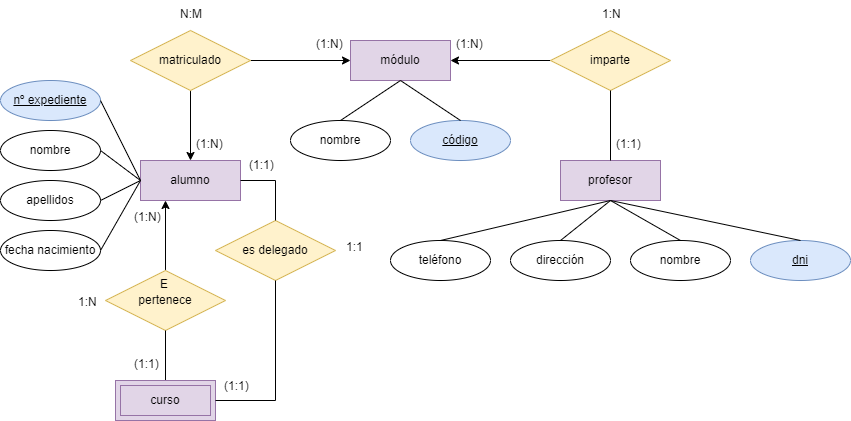
Above: tareasER/tarea5.png in javigh193/bae (draw.io), before the change. Source tidied: cells renumbered, new cells last; positions are measured from the earlier drawing's top-left corner, leaving out a move shared by most shapes.
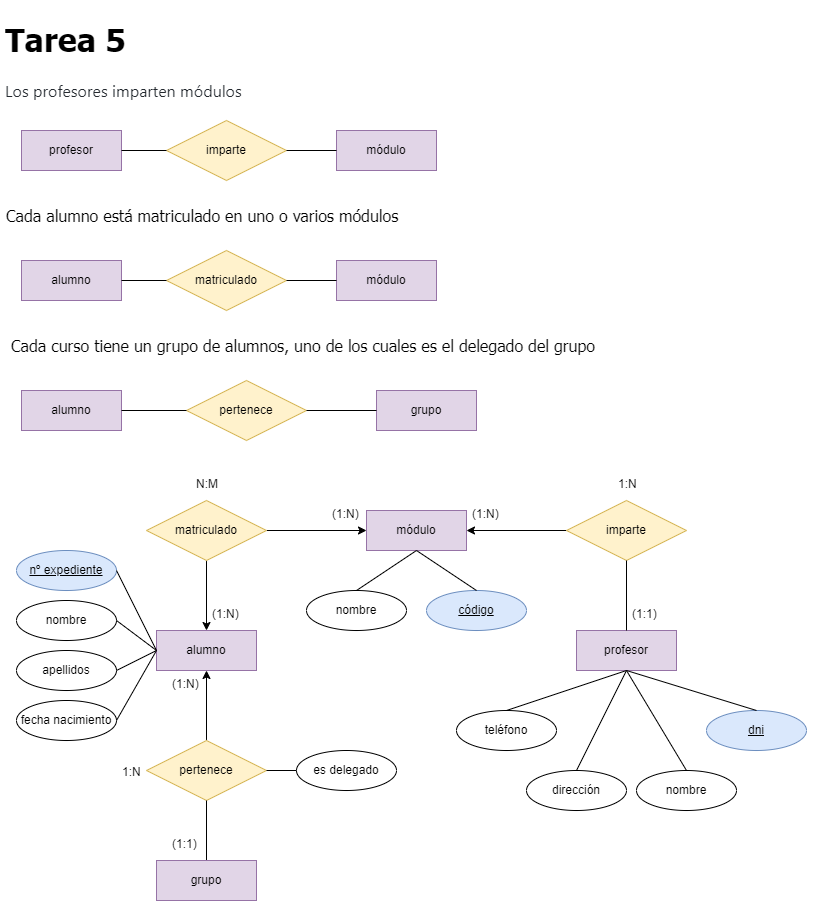
The same file after the commit.

The edit, as a diff of the source:
```diff
@@ -29,31 +29,29 @@
     <mxCell id="10" value="matriculado" style="shape=rhombus;perimeter=rhombusPerimeter;whiteSpace=wrap;html=1;align=center;fillColor=#fff2cc;strokeColor=#d6b656;" parent="1" vertex="1">
       <mxGeometry x="130" y="30" width="120" height="60" as="geometry" />
     </mxCell>
-    <mxCell id="11" style="edgeStyle=orthogonalEdgeStyle;rounded=0;jettySize=auto;html=1;entryX=0.25;entryY=1;entryDx=0;entryDy=0;" parent="1" edge="1" source="12" target="2">
+    <mxCell id="11" style="edgeStyle=orthogonalEdgeStyle;rounded=0;jettySize=auto;html=1;entryX=0.5;entryY=1;entryDx=0;entryDy=0;" parent="1" edge="1" source="12" target="2">
       <mxGeometry relative="1" as="geometry" />
     </mxCell>
     <mxCell id="12" value="pertenece" style="shape=rhombus;perimeter=rhombusPerimeter;whiteSpace=wrap;html=1;align=center;fillColor=#fff2cc;strokeColor=#d6b656;" parent="1" vertex="1">
-      <mxGeometry x="105" y="270" width="120" height="60" as="geometry" />
+      <mxGeometry x="130" y="270" width="120" height="60" as="geometry" />
     </mxCell>
-    <mxCell id="13" style="endArrow=none;html=1;rounded=0;exitX=0.5;exitY=1;exitDx=0;exitDy=0;entryX=0.5;entryY=0;entryDx=0;entryDy=0;" parent="1" edge="1" source="12" target="43">
+    <mxCell id="13" style="endArrow=none;html=1;rounded=0;exitX=0.5;exitY=1;exitDx=0;exitDy=0;entryX=0.5;entryY=0;entryDx=0;entryDy=0;" parent="1" edge="1" source="12" target="67">
       <mxGeometry relative="1" as="geometry" />
     </mxCell>
     <mxCell id="14" value="dni" style="ellipse;whiteSpace=wrap;html=1;align=center;fontStyle=4;fillColor=#dae8fc;strokeColor=#6c8ebf;" parent="1" vertex="1">
-      <mxGeometry x="750" y="240" width="100" height="40" as="geometry" />
+      <mxGeometry x="690" y="240" width="100" height="40" as="geometry" />
     </mxCell>
     <mxCell id="15" value="dirección" style="ellipse;whiteSpace=wrap;html=1;align=center;" parent="1" vertex="1">
-      <mxGeometry x="510" y="240" width="100" height="40" as="geometry" />
+      <mxGeometry x="510" y="300" width="100" height="40" as="geometry" />
     </mxCell>
     <mxCell id="16" value="nombre" style="ellipse;whiteSpace=wrap;html=1;align=center;" parent="1" vertex="1">
-      <mxGeometry x="630" y="240" width="100" height="40" as="geometry" />
+      <mxGeometry x="620" y="300" width="100" height="40" as="geometry" />
     </mxCell>
     <mxCell id="17" value="teléfono" style="ellipse;whiteSpace=wrap;html=1;align=center;" parent="1" vertex="1">
-      <mxGeometry x="390" y="240" width="100" height="40" as="geometry" />
+      <mxGeometry x="440" y="240" width="100" height="40" as="geometry" />
     </mxCell>
-    <mxCell id="18" style="endArrow=none;html=1;rounded=0;exitX=0.5;exitY=1;exitDx=0;exitDy=0;" parent="1" edge="1" source="4">
-      <mxGeometry relative="1" as="geometry">
-        <mxPoint x="440" y="240" as="targetPoint" />
-      </mxGeometry>
+    <mxCell id="18" style="endArrow=none;html=1;rounded=0;exitX=0.5;exitY=1;exitDx=0;exitDy=0;entryX=0.5;entryY=0;entryDx=0;entryDy=0;" parent="1" edge="1" source="4" target="17">
+      <mxGeometry relative="1" as="geometry" />
     </mxCell>
     <mxCell id="19" style="endArrow=none;html=1;rounded=0;exitX=0.5;exitY=1;exitDx=0;exitDy=0;entryX=0.5;entryY=0;entryDx=0;entryDy=0;" parent="1" edge="1" source="4" target="15">
       <mxGeometry relative="1" as="geometry" />
@@ -113,7 +111,7 @@
       <mxGeometry x="450" y="30" width="40" height="30" as="geometry" />
     </mxCell>
     <mxCell id="36" value="(1:N)&#10;" style="text;strokeColor=none;fillColor=none;spacingLeft=4;spacingRight=4;overflow=hidden;fontSize=12;" parent="1" vertex="1">
-      <mxGeometry x="128" y="203" width="40" height="30" as="geometry" />
+      <mxGeometry x="150" y="200" width="40" height="30" as="geometry" />
     </mxCell>
     <mxCell id="37" value="(1:N)&#10;" style="text;strokeColor=none;fillColor=none;spacingLeft=4;spacingRight=4;overflow=hidden;fontSize=12;" parent="1" vertex="1">
       <mxGeometry x="190" y="130" width="40" height="30" as="geometry" />
@@ -122,7 +120,7 @@
       <mxGeometry x="610" y="130" width="40" height="30" as="geometry" />
     </mxCell>
     <mxCell id="39" value="(1:1)&#10;" style="text;strokeColor=none;fillColor=none;spacingLeft=4;spacingRight=4;overflow=hidden;fontSize=12;" parent="1" vertex="1">
-      <mxGeometry x="128" y="350" width="40" height="30" as="geometry" />
+      <mxGeometry x="150" y="360" width="40" height="30" as="geometry" />
     </mxCell>
     <mxCell id="40" value="1:N" style="text;strokeColor=none;fillColor=none;spacingLeft=4;spacingRight=4;overflow=hidden;fontSize=12;" parent="1" vertex="1">
       <mxGeometry x="596" width="40" height="30" as="geometry" />
@@ -131,39 +129,70 @@
       <mxGeometry x="174" width="40" height="30" as="geometry" />
     </mxCell>
     <mxCell id="42" value="1:N" style="text;strokeColor=none;fillColor=none;spacingLeft=4;spacingRight=4;overflow=hidden;fontSize=12;" parent="1" vertex="1">
-      <mxGeometry x="72" y="287.5" width="40" height="35" as="geometry" />
+      <mxGeometry x="100" y="287.5" width="40" height="35" as="geometry" />
     </mxCell>
-    <mxCell id="43" value="curso" style="shape=ext;margin=3;double=1;whiteSpace=wrap;html=1;align=center;fillColor=#e1d5e7;strokeColor=#9673a6;" parent="1" vertex="1">
-      <mxGeometry x="115" y="380" width="100" height="40" as="geometry" />
-    </mxCell>
+    <mxCell id="51" value="&lt;h1&gt;Tarea 5&lt;/h1&gt;&lt;div&gt;&lt;span style=&quot;color: rgb(36, 41, 47); font-family: -apple-system, BlinkMacSystemFont, &amp;quot;Segoe UI&amp;quot;, Helvetica, Arial, sans-serif, &amp;quot;Apple Color Emoji&amp;quot;, &amp;quot;Segoe UI Emoji&amp;quot;; text-align: justify; background-color: rgb(255, 255, 255);&quot;&gt;Los profesores imparten&amp;nbsp;&lt;/span&gt;&lt;span style=&quot;box-sizing: border-box; color: rgb(36, 41, 47); font-family: -apple-system, BlinkMacSystemFont, &amp;quot;Segoe UI&amp;quot;, Helvetica, Arial, sans-serif, &amp;quot;Apple Color Emoji&amp;quot;, &amp;quot;Segoe UI Emoji&amp;quot;; text-align: justify; background-color: rgb(255, 255, 255);&quot;&gt;módulos&lt;/span&gt;&lt;br&gt;&lt;/div&gt;" style="text;html=1;strokeColor=none;fillColor=none;spacing=5;spacingTop=-20;whiteSpace=wrap;overflow=hidden;rounded=0;fontFamily=Tahoma;fontSize=16;" parent="1" vertex="1">
+      <mxGeometry x="-16" y="-460" width="816" height="110" as="geometry" />
+    </mxCell>
+    <mxCell id="52" value="profesor" style="whiteSpace=wrap;html=1;align=center;fillColor=#e1d5e7;strokeColor=#9673a6;" parent="1" vertex="1">
+      <mxGeometry x="5" y="-340" width="100" height="40" as="geometry" />
+    </mxCell>
+    <mxCell id="53" value="imparte" style="shape=rhombus;perimeter=rhombusPerimeter;whiteSpace=wrap;html=1;align=center;fillColor=#fff2cc;strokeColor=#d6b656;" parent="1" vertex="1">
+      <mxGeometry x="150" y="-350" width="120" height="60" as="geometry" />
+    </mxCell>
+    <mxCell id="54" value="módulo" style="whiteSpace=wrap;html=1;align=center;fillColor=#e1d5e7;strokeColor=#9673a6;" parent="1" vertex="1">
+      <mxGeometry x="320" y="-340" width="100" height="40" as="geometry" />
+    </mxCell>
+    <mxCell id="55" style="endArrow=none;html=1;rounded=0;fontFamily=Tahoma;fontSize=16;exitX=1;exitY=0.5;exitDx=0;exitDy=0;entryX=0;entryY=0.5;entryDx=0;entryDy=0;" parent="1" edge="1" source="53" target="54">
+      <mxGeometry relative="1" as="geometry" />
+    </mxCell>
+    <mxCell id="56" style="endArrow=none;html=1;rounded=0;fontFamily=Tahoma;fontSize=16;entryX=1;entryY=0.5;entryDx=0;entryDy=0;exitX=0;exitY=0.5;exitDx=0;exitDy=0;" parent="1" edge="1" source="53" target="52">
+      <mxGeometry relative="1" as="geometry" />
+    </mxCell>
+    <mxCell id="57" value="Cada alumno está matriculado en uno o varios módulos" style="text;strokeColor=none;fillColor=none;spacingLeft=4;spacingRight=4;overflow=hidden;fontSize=16;fontFamily=Tahoma;" parent="1" vertex="1">
+      <mxGeometry x="-16" y="-270" width="816" height="30" as="geometry" />
+    </mxCell>
+    <mxCell id="58" value="alumno" style="whiteSpace=wrap;html=1;align=center;fillColor=#e1d5e7;strokeColor=#9673a6;" parent="1" vertex="1">
+      <mxGeometry x="5" y="-210" width="100" height="40" as="geometry" />
+    </mxCell>
+    <mxCell id="59" value="matriculado" style="shape=rhombus;perimeter=rhombusPerimeter;whiteSpace=wrap;html=1;align=center;fillColor=#fff2cc;strokeColor=#d6b656;" parent="1" vertex="1">
+      <mxGeometry x="150" y="-220" width="120" height="60" as="geometry" />
+    </mxCell>
+    <mxCell id="60" value="módulo" style="whiteSpace=wrap;html=1;align=center;fillColor=#e1d5e7;strokeColor=#9673a6;" parent="1" vertex="1">
+      <mxGeometry x="320" y="-210" width="100" height="40" as="geometry" />
+    </mxCell>
+    <mxCell id="61" style="endArrow=none;html=1;rounded=0;fontFamily=Tahoma;fontSize=16;exitX=1;exitY=0.5;exitDx=0;exitDy=0;entryX=0;entryY=0.5;entryDx=0;entryDy=0;" parent="1" edge="1" source="59" target="60">
+      <mxGeometry relative="1" as="geometry" />
+    </mxCell>
+    <mxCell id="62" style="endArrow=none;html=1;rounded=0;fontFamily=Tahoma;fontSize=16;exitX=0;exitY=0.5;exitDx=0;exitDy=0;entryX=1;entryY=0.5;entryDx=0;entryDy=0;" parent="1" edge="1" source="59" target="58">
+      <mxGeometry relative="1" as="geometry" />
+    </mxCell>
+    <mxCell id="63" value=" Cada curso tiene un grupo de alumnos, uno de los cuales es el delegado del grupo" style="text;strokeColor=none;fillColor=none;spacingLeft=4;spacingRight=4;overflow=hidden;fontSize=16;fontFamily=Tahoma;" parent="1" vertex="1">
+      <mxGeometry x="-16" y="-140" width="660" height="30" as="geometry" />
+    </mxCell>
+    <mxCell id="64" value="alumno" style="whiteSpace=wrap;html=1;align=center;fillColor=#e1d5e7;strokeColor=#9673a6;" parent="1" vertex="1">
+      <mxGeometry x="5" y="-80" width="100" height="40" as="geometry" />
+    </mxCell>
+    <mxCell id="65" value="pertenece" style="shape=rhombus;perimeter=rhombusPerimeter;whiteSpace=wrap;html=1;align=center;fillColor=#fff2cc;strokeColor=#d6b656;" parent="1" vertex="1">
+      <mxGeometry x="170" y="-90" width="120" height="60" as="geometry" />
+    </mxCell>
-    <mxCell id="44" value="es delegado" style="shape=rhombus;perimeter=rhombusPerimeter;whiteSpace=wrap;html=1;align=center;fillColor=#fff2cc;strokeColor=#d6b656;" parent="1" vertex="1">
-      <mxGeometry x="215" y="220" width="120" height="60" as="geometry" />
+    <mxCell id="44" value="es delegado" style="ellipse;whiteSpace=wrap;html=1;align=center;" parent="1" vertex="1">
+      <mxGeometry x="280" y="280" width="100" height="40" as="geometry" />
     </mxCell>
-    <mxCell id="45" style="endArrow=none;html=1;rounded=0;entryX=0.5;entryY=1;entryDx=0;entryDy=0;exitX=1;exitY=0.5;exitDx=0;exitDy=0;" parent="1" edge="1" source="43" target="44">
-      <mxGeometry relative="1" as="geometry">
-        <Array as="points">
-          <mxPoint x="275" y="400" />
-        </Array>
-      </mxGeometry>
-    </mxCell>
-    <mxCell id="46" style="endArrow=none;html=1;rounded=0;entryX=0.5;entryY=0;entryDx=0;entryDy=0;exitX=1;exitY=0.5;exitDx=0;exitDy=0;" parent="1" edge="1" source="2" target="44">
-      <mxGeometry relative="1" as="geometry">
-        <Array as="points">
-          <mxPoint x="275" y="180" />
-        </Array>
-      </mxGeometry>
-    </mxCell>
-    <mxCell id="47" value="(1:1)&#10;" style="text;strokeColor=none;fillColor=none;spacingLeft=4;spacingRight=4;overflow=hidden;fontSize=12;" parent="1" vertex="1">
-      <mxGeometry x="218" y="372" width="40" height="30" as="geometry" />
-    </mxCell>
-    <mxCell id="48" value="(1:1)&#10;" style="text;strokeColor=none;fillColor=none;spacingLeft=4;spacingRight=4;overflow=hidden;fontSize=12;" parent="1" vertex="1">
-      <mxGeometry x="243" y="151" width="40" height="30" as="geometry" />
-    </mxCell>
-    <mxCell id="49" value="1:1&#10;" style="text;strokeColor=none;fillColor=none;spacingLeft=4;spacingRight=4;overflow=hidden;fontSize=12;" parent="1" vertex="1">
-      <mxGeometry x="340" y="233" width="40" height="30" as="geometry" />
-    </mxCell>
-    <mxCell id="50" value="E" style="text;strokeColor=none;fillColor=none;spacingLeft=4;spacingRight=4;overflow=hidden;fontSize=12;" parent="1" vertex="1">
-      <mxGeometry x="154" y="270" width="20" height="30" as="geometry" />
-    </mxCell>
+    <mxCell id="66" style="endArrow=none;html=1;rounded=0;fontFamily=Tahoma;fontSize=16;exitX=1;exitY=0.5;exitDx=0;exitDy=0;entryX=0;entryY=0.5;entryDx=0;entryDy=0;" parent="1" edge="1" source="12" target="44">
+      <mxGeometry relative="1" as="geometry" />
+    </mxCell>
+    <mxCell id="67" value="grupo" style="whiteSpace=wrap;html=1;align=center;fillColor=#e1d5e7;strokeColor=#9673a6;" parent="1" vertex="1">
+      <mxGeometry x="140" y="390" width="100" height="40" as="geometry" />
+    </mxCell>
+    <mxCell id="68" value="grupo" style="whiteSpace=wrap;html=1;align=center;fillColor=#e1d5e7;strokeColor=#9673a6;" parent="1" vertex="1">
+      <mxGeometry x="360" y="-80" width="100" height="40" as="geometry" />
+    </mxCell>
+    <mxCell id="69" style="endArrow=none;html=1;rounded=0;fontFamily=Tahoma;fontSize=16;exitX=1;exitY=0.5;exitDx=0;exitDy=0;entryX=0;entryY=0.5;entryDx=0;entryDy=0;" parent="1" edge="1" source="64" target="65">
+      <mxGeometry relative="1" as="geometry" />
+    </mxCell>
+    <mxCell id="70" style="endArrow=none;html=1;rounded=0;fontFamily=Tahoma;fontSize=16;entryX=1;entryY=0.5;entryDx=0;entryDy=0;exitX=0;exitY=0.5;exitDx=0;exitDy=0;" parent="1" edge="1" source="68" target="65">
+      <mxGeometry relative="1" as="geometry" />
+    </mxCell>
   </root>
 </mxGraphModel>
```
